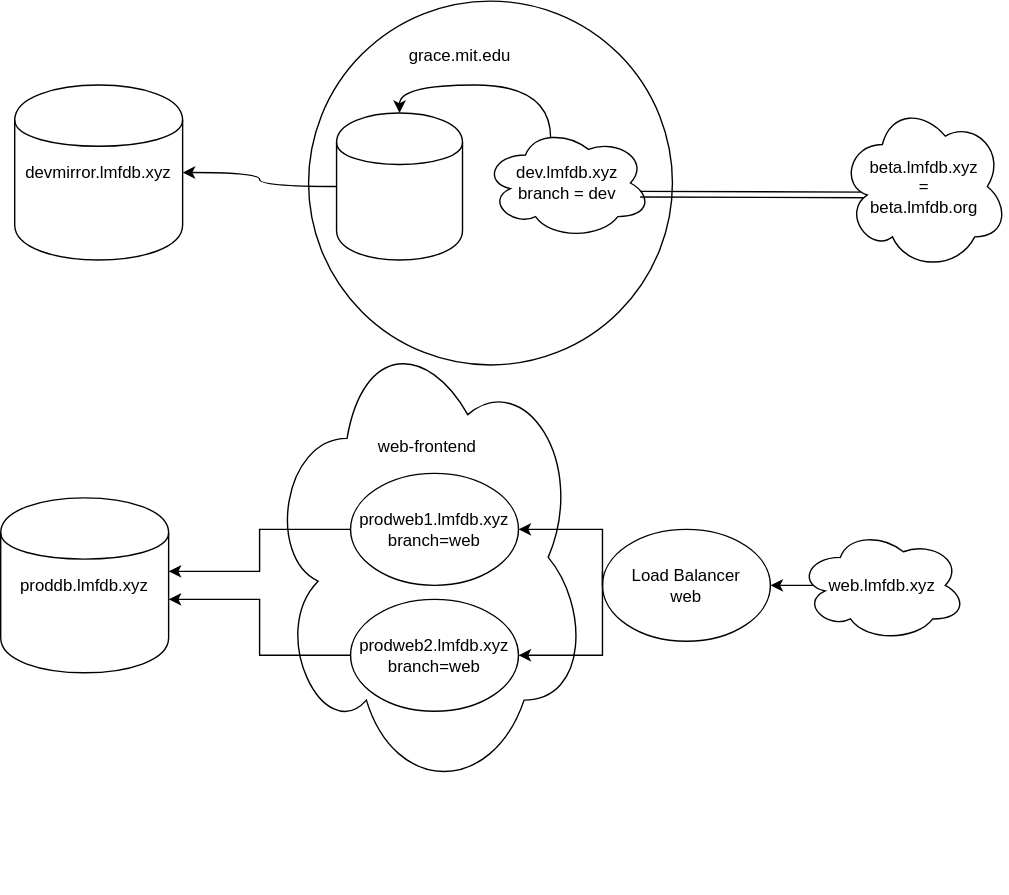
Before: setup/images/postgres.svg, a diagram exported from draw.io (edgarcosta/lmfdb-gce). Source tidied: cells renumbered, new cells last; positions are measured from the earlier drawing's top-left corner, leaving out a move shared by most shapes.
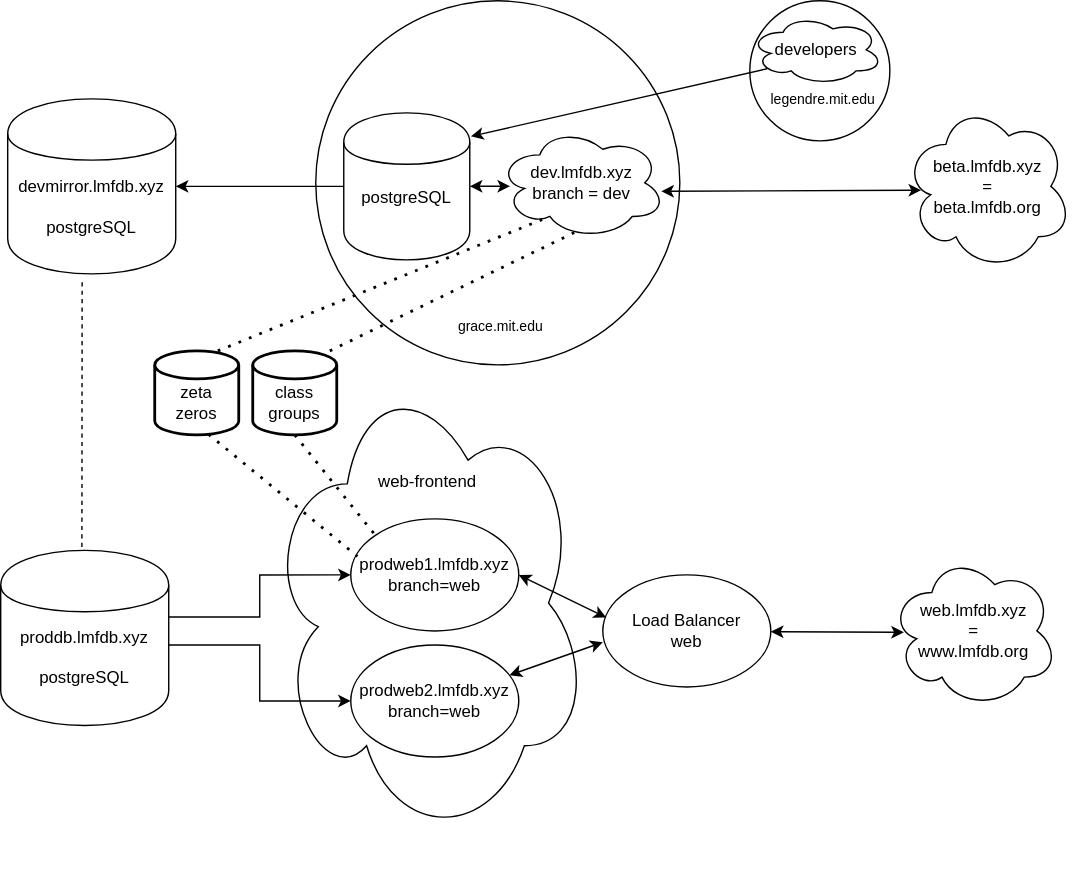
The same diagram one commit later.

Commit message:
diagram by Drew

Change to the diagram source:
```diff
@@ -2,99 +2,125 @@
   <root>
     <mxCell id="0" />
     <mxCell id="1" parent="0" />
+    <mxCell id="26" style="verticalLabelPosition=bottom;verticalAlign=top;html=1;shape=mxgraph.flowchart.on-page_reference;" parent="1" vertex="1">
+      <mxGeometry x="530" width="100" height="100" as="geometry" />
+    </mxCell>
     <mxCell id="2" style="ellipse;whiteSpace=wrap;html=1;" parent="1" vertex="1">
       <mxGeometry x="220" width="260" height="260" as="geometry" />
     </mxCell>
     <mxCell id="3" style="group;" parent="1" vertex="1">
-      <mxGeometry y="227.5" width="690" height="410" as="geometry" />
+      <mxGeometry y="227.5" width="750" height="410" as="geometry" />
     </mxCell>
-    <mxCell id="4" value="&lt;div&gt;web-frontend&lt;/div&gt;&lt;div&gt;&lt;br&gt;&lt;/div&gt;&lt;div&gt;&lt;br&gt;&lt;/div&gt;&lt;div&gt;&lt;br&gt;&lt;/div&gt;&lt;div&gt;&lt;br&gt;&lt;/div&gt;&lt;div&gt;&lt;br&gt;&lt;/div&gt;&lt;div&gt;&lt;br&gt;&lt;/div&gt;&lt;div&gt;&lt;br&gt;&lt;/div&gt;&lt;div&gt;&lt;br&gt;&lt;/div&gt;&lt;div&gt;&lt;br&gt;&lt;/div&gt;&lt;div&gt;&lt;br&gt;&lt;/div&gt;&lt;div&gt;&lt;br&gt;&lt;/div&gt;" style="ellipse;shape=cloud;whiteSpace=wrap;html=1;" parent="3" vertex="1">
-      <mxGeometry x="190" width="230" height="340" as="geometry" />
+    <mxCell id="4" value="&lt;div&gt;web-frontend&lt;/div&gt;&lt;div&gt;&lt;br&gt;&lt;/div&gt;&lt;div&gt;&lt;br&gt;&lt;/div&gt;&lt;div&gt;&lt;br&gt;&lt;/div&gt;&lt;div&gt;&lt;br&gt;&lt;/div&gt;&lt;div&gt;&lt;br&gt;&lt;/div&gt;&lt;div&gt;&lt;br&gt;&lt;/div&gt;&lt;div&gt;&lt;br&gt;&lt;/div&gt;&lt;div&gt;&lt;br&gt;&lt;/div&gt;&lt;div&gt;&lt;br&gt;&lt;/div&gt;&lt;div&gt;&lt;br&gt;&lt;/div&gt;&lt;div&gt;&lt;br&gt;&lt;/div&gt;&lt;div&gt;&lt;br&gt;&lt;/div&gt;" style="ellipse;shape=cloud;whiteSpace=wrap;html=1;" parent="3" vertex="1">
+      <mxGeometry x="185" y="32.5" width="230" height="340" as="geometry" />
     </mxCell>
-    <mxCell id="5" value="proddb.lmfdb.xyz&lt;br&gt;" style="shape=cylinder;whiteSpace=wrap;html=1;" parent="3" vertex="1">
-      <mxGeometry y="127.5" width="120" height="125" as="geometry" />
+    <mxCell id="5" value="&lt;br&gt;&lt;br&gt;proddb.lmfdb.xyz&lt;br&gt;&lt;br&gt;postgreSQL" style="shape=cylinder;whiteSpace=wrap;html=1;" parent="3" vertex="1">
+      <mxGeometry x="-5" y="165" width="120" height="125" as="geometry" />
     </mxCell>
     <mxCell id="6" style="group;" parent="3" vertex="1">
-      <mxGeometry x="120" y="110" width="570" height="170" as="geometry" />
+      <mxGeometry x="115" y="142.5" width="635" height="170" as="geometry" />
     </mxCell>
     <mxCell id="7" value="Load Balancer&lt;div&gt;web&lt;/div&gt;" style="ellipse;whiteSpace=wrap;html=1;" parent="6" vertex="1">
       <mxGeometry x="310" y="40" width="120" height="80" as="geometry" />
     </mxCell>
-    <mxCell id="8" style="edgeStyle=orthogonalEdgeStyle;rounded=0;html=1;exitX=0.16;exitY=0.55;exitPerimeter=0;entryX=1;entryY=0.5;jettySize=auto;" parent="6" edge="1" source="9" target="7">
-      <mxGeometry relative="1" as="geometry">
-        <Array as="points">
-          <mxPoint x="469" y="80" />
-        </Array>
-      </mxGeometry>
-    </mxCell>
-    <mxCell id="9" value="web.lmfdb.xyz&lt;br&gt;" style="ellipse;shape=cloud;whiteSpace=wrap;html=1;" parent="6" vertex="1">
-      <mxGeometry x="450" y="40" width="120" height="80" as="geometry" />
-    </mxCell>
     <mxCell id="10" style="edgeStyle=orthogonalEdgeStyle;rounded=0;html=1;exitX=1;exitY=0.5;entryX=1;entryY=0.5;jettySize=auto;orthogonalLoop=1;" parent="6" edge="1" source="7" target="7">
       <mxGeometry relative="1" as="geometry" />
     </mxCell>
-    <mxCell id="11" style="edgeStyle=orthogonalEdgeStyle;rounded=0;html=1;exitX=0;exitY=0.5;jettySize=auto;entryX=1;entryY=0.5;" parent="6" edge="1" source="7" target="14">
-      <mxGeometry relative="1" as="geometry">
-        <Array as="points">
-          <mxPoint x="310" y="40" />
-        </Array>
-      </mxGeometry>
-    </mxCell>
     <mxCell id="12" style="edgeStyle=orthogonalEdgeStyle;rounded=0;html=1;exitX=1;exitY=0.5;entryX=1;entryY=0.5;jettySize=auto;orthogonalLoop=1;" parent="6" edge="1" source="14" target="14">
       <mxGeometry relative="1" as="geometry" />
     </mxCell>
-    <mxCell id="13" style="edgeStyle=orthogonalEdgeStyle;rounded=0;html=1;exitX=0;exitY=0.5;jettySize=auto;" parent="6" edge="1" source="14">
+    <mxCell id="13" style="edgeStyle=orthogonalEdgeStyle;rounded=0;html=1;exitX=0;exitY=0.5;jettySize=auto;entryX=0;entryY=0.5;entryDx=0;entryDy=0;" parent="6" edge="1" target="14">
       <mxGeometry relative="1" as="geometry">
-        <mxPoint y="70" as="targetPoint" />
+        <mxPoint y="70" as="sourcePoint" />
       </mxGeometry>
     </mxCell>
     <mxCell id="14" value="prodweb1.lmfdb.xyz&lt;br&gt;branch=web&lt;br&gt;" style="ellipse;whiteSpace=wrap;html=1;" parent="6" vertex="1">
       <mxGeometry x="130" width="120" height="80" as="geometry" />
     </mxCell>
-    <mxCell id="15" style="edgeStyle=orthogonalEdgeStyle;rounded=0;html=1;jettySize=auto;entryX=1;entryY=0.5;" parent="6" edge="1" target="17">
-      <mxGeometry relative="1" as="geometry">
-        <mxPoint x="310" y="70" as="sourcePoint" />
-        <Array as="points">
-          <mxPoint x="310" y="130" />
-        </Array>
-      </mxGeometry>
-    </mxCell>
-    <mxCell id="16" style="edgeStyle=orthogonalEdgeStyle;rounded=0;html=1;exitX=0;exitY=0.5;jettySize=auto;" parent="6" edge="1" source="17">
+    <mxCell id="16" style="edgeStyle=orthogonalEdgeStyle;rounded=0;html=1;exitX=0;exitY=0.5;jettySize=auto;entryX=0;entryY=0.5;entryDx=0;entryDy=0;" parent="6" edge="1" target="17">
       <mxGeometry relative="1" as="geometry">
-        <mxPoint y="90" as="targetPoint" />
+        <mxPoint y="90" as="sourcePoint" />
       </mxGeometry>
     </mxCell>
     <mxCell id="17" value="&lt;div&gt;&lt;span&gt;prodweb2.lmfdb.xyz&lt;/span&gt;&lt;/div&gt;&lt;div&gt;&lt;span&gt;branch=web&lt;/span&gt;&lt;/div&gt;" style="ellipse;whiteSpace=wrap;html=1;" parent="6" vertex="1">
       <mxGeometry x="130" y="90" width="120" height="80" as="geometry" />
     </mxCell>
+    <mxCell id="27" style="endArrow=classic;startArrow=classic;html=1;entryX=0.02;entryY=0.381;entryDx=0;entryDy=0;entryPerimeter=0;" parent="6" edge="1" target="7">
+      <mxGeometry relative="1" as="geometry">
+        <mxPoint x="250" y="40" as="sourcePoint" />
+      </mxGeometry>
+    </mxCell>
+    <mxCell id="28" style="endArrow=classic;startArrow=classic;html=1;entryX=0;entryY=0.601;entryDx=0;entryDy=0;entryPerimeter=0;" parent="6" edge="1" source="17" target="7">
+      <mxGeometry relative="1" as="geometry" />
+    </mxCell>
+    <mxCell id="29" style="endArrow=classic;startArrow=classic;html=1;" parent="6" edge="1">
+      <mxGeometry relative="1" as="geometry">
+        <mxPoint x="430" y="80.5" as="sourcePoint" />
+        <mxPoint x="525" y="81" as="targetPoint" />
+      </mxGeometry>
+    </mxCell>
+    <mxCell id="9" value="web.lmfdb.xyz&lt;br&gt;=&lt;br&gt;www.lmfdb.org" style="ellipse;shape=cloud;whiteSpace=wrap;html=1;" parent="6" vertex="1">
+      <mxGeometry x="515" y="25" width="120" height="110" as="geometry" />
+    </mxCell>
+    <mxCell id="30" value="&lt;br&gt;zeta&lt;br&gt;zeros" style="strokeWidth=2;html=1;shape=mxgraph.flowchart.database;whiteSpace=wrap;" parent="3" vertex="1">
+      <mxGeometry x="105" y="22.5" width="60" height="60" as="geometry" />
+    </mxCell>
+    <mxCell id="31" value="&lt;br&gt;class&lt;br&gt;groups" style="strokeWidth=2;html=1;shape=mxgraph.flowchart.database;whiteSpace=wrap;" parent="3" vertex="1">
+      <mxGeometry x="175" y="22.5" width="60" height="60" as="geometry" />
+    </mxCell>
+    <mxCell id="32" style="endArrow=none;dashed=1;html=1;dashPattern=1 3;strokeWidth=2;entryX=0;entryY=0;entryDx=0;entryDy=0;exitX=0.5;exitY=1;exitDx=0;exitDy=0;exitPerimeter=0;" parent="3" edge="1" source="31" target="14">
+      <mxGeometry relative="1" as="geometry" />
+    </mxCell>
+    <mxCell id="33" style="endArrow=none;dashed=1;html=1;dashPattern=1 3;strokeWidth=2;entryX=0.04;entryY=0.335;entryDx=0;entryDy=0;entryPerimeter=0;exitX=0.64;exitY=0.993;exitDx=0;exitDy=0;exitPerimeter=0;" parent="3" edge="1" source="30" target="14">
+      <mxGeometry relative="1" as="geometry" />
+    </mxCell>
-    <mxCell id="18" value="devmirror.lmfdb.xyz&lt;br&gt;" style="shape=cylinder;whiteSpace=wrap;html=1;" parent="1" vertex="1">
-      <mxGeometry x="10" y="60" width="120" height="125" as="geometry" />
+    <mxCell id="18" value="&lt;br&gt;&lt;br&gt;devmirror.lmfdb.xyz&lt;br&gt;&lt;br&gt;postgreSQL" style="shape=cylinder;whiteSpace=wrap;html=1;" parent="1" vertex="1">
+      <mxGeometry y="70" width="120" height="125" as="geometry" />
     </mxCell>
     <mxCell id="19" style="edgeStyle=orthogonalEdgeStyle;curved=1;rounded=0;html=1;exitX=0;exitY=0.5;entryX=1;entryY=0.5;endArrow=classic;endFill=1;jettySize=auto;strokeColor=#000000;" parent="1" edge="1" source="20" target="18">
       <mxGeometry relative="1" as="geometry" />
     </mxCell>
-    <mxCell id="20" style="shape=cylinder;whiteSpace=wrap;html=1;" parent="1" vertex="1">
+    <mxCell id="20" value="&lt;br&gt;postgreSQL" style="shape=cylinder;whiteSpace=wrap;html=1;" parent="1" vertex="1">
       <mxGeometry x="240" y="80" width="90" height="105" as="geometry" />
     </mxCell>
-    <mxCell id="21" value="grace.mit.edu" style="text;html=1;" parent="1" vertex="1">
-      <mxGeometry x="290" y="25" width="110" height="30" as="geometry" />
+    <mxCell id="21" value="grace.mit.edu" style="text;html=1;fontSize=10;" parent="1" vertex="1">
+      <mxGeometry x="320" y="220" width="80" height="30" as="geometry" />
     </mxCell>
-    <mxCell id="22" style="edgeStyle=orthogonalEdgeStyle;curved=1;rounded=0;html=1;exitX=0.4;exitY=0.1;exitPerimeter=0;entryX=0.5;entryY=0;endArrow=classic;endFill=1;jettySize=auto;strokeColor=#000000;" parent="1" edge="1" source="23" target="20">
-      <mxGeometry relative="1" as="geometry">
-        <Array as="points">
-          <mxPoint x="393" y="60" />
-          <mxPoint x="285" y="60" />
-        </Array>
-      </mxGeometry>
-    </mxCell>
     <mxCell id="23" value="dev.lmfdb.xyz&lt;br&gt;branch = dev&lt;br&gt;" style="ellipse;shape=cloud;whiteSpace=wrap;html=1;" parent="1" vertex="1">
-      <mxGeometry x="345" y="90" width="120" height="80" as="geometry" />
+      <mxGeometry x="350" y="90" width="120" height="80" as="geometry" />
     </mxCell>
-    <mxCell id="24" style="edgeStyle=none;shape=link;rounded=0;html=1;exitX=0.16;exitY=0.55;exitPerimeter=0;entryX=0.933;entryY=0.6;entryPerimeter=0;endArrow=classic;endFill=1;jettySize=auto;strokeColor=#000000;" parent="1" edge="1" source="25" target="23">
-      <mxGeometry relative="1" as="geometry" />
-    </mxCell>
     <mxCell id="25" value="beta.lmfdb.xyz&lt;br&gt;=&lt;br&gt;beta.lmfdb.org&lt;br&gt;" style="ellipse;shape=cloud;whiteSpace=wrap;html=1;" parent="1" vertex="1">
-      <mxGeometry x="600" y="72.5" width="120" height="120" as="geometry" />
+      <mxGeometry x="640" y="72.5" width="120" height="120" as="geometry" />
     </mxCell>
+    <mxCell id="34" style="endArrow=classic;startArrow=classic;html=1;entryX=0.073;entryY=0.53;entryDx=0;entryDy=0;entryPerimeter=0;exitX=1;exitY=0.5;exitDx=0;exitDy=0;" parent="1" edge="1" source="20" target="23">
+      <mxGeometry relative="1" as="geometry" />
+    </mxCell>
+    <mxCell id="35" style="endArrow=classic;startArrow=classic;html=1;entryX=0.103;entryY=0.523;entryDx=0;entryDy=0;entryPerimeter=0;exitX=0.973;exitY=0.575;exitDx=0;exitDy=0;exitPerimeter=0;" parent="1" edge="1" source="23" target="25">
+      <mxGeometry relative="1" as="geometry" />
+    </mxCell>
+    <mxCell id="36" value="developers" style="ellipse;shape=cloud;whiteSpace=wrap;html=1;" parent="1" vertex="1">
+      <mxGeometry x="530" y="10" width="95" height="50" as="geometry" />
+    </mxCell>
+    <mxCell id="37" style="endArrow=classic;html=1;exitX=0.13;exitY=0.77;exitDx=0;exitDy=0;exitPerimeter=0;entryX=1.009;entryY=0.16;entryDx=0;entryDy=0;entryPerimeter=0;" parent="1" edge="1" source="36" target="20">
+      <mxGeometry relative="1" as="geometry" />
+    </mxCell>
+    <mxCell id="38" style="endArrow=right;dashed=1;html=1;dashPattern=1 3;strokeWidth=2;entryX=0.31;entryY=0.8;entryDx=0;entryDy=0;entryPerimeter=0;" parent="1" edge="1" target="23">
+      <mxGeometry relative="1" as="geometry">
+        <mxPoint x="150" y="250" as="sourcePoint" />
+      </mxGeometry>
+    </mxCell>
+    <mxCell id="39" style="endArrow=none;dashed=1;html=1;dashPattern=1 3;strokeWidth=2;entryX=0.467;entryY=0.935;entryDx=0;entryDy=0;entryPerimeter=0;" parent="1" edge="1" target="23">
+      <mxGeometry relative="1" as="geometry">
+        <mxPoint x="230" y="250" as="sourcePoint" />
+      </mxGeometry>
+    </mxCell>
+    <mxCell id="40" style="endArrow=none;dashed=1;html=1;entryX=0.443;entryY=1.04;entryDx=0;entryDy=0;entryPerimeter=0;" parent="1" edge="1" target="18">
+      <mxGeometry relative="1" as="geometry">
+        <mxPoint x="53" y="390" as="sourcePoint" />
+      </mxGeometry>
+    </mxCell>
+    <mxCell id="41" value="legendre.mit.edu" style="text;html=1;strokeColor=none;fillColor=none;align=center;verticalAlign=middle;whiteSpace=wrap;rounded=0;fontSize=10;" parent="1" vertex="1">
+      <mxGeometry x="540" y="60" width="85" height="20" as="geometry" />
+    </mxCell>
   </root>
 </mxGraphModel>
```
